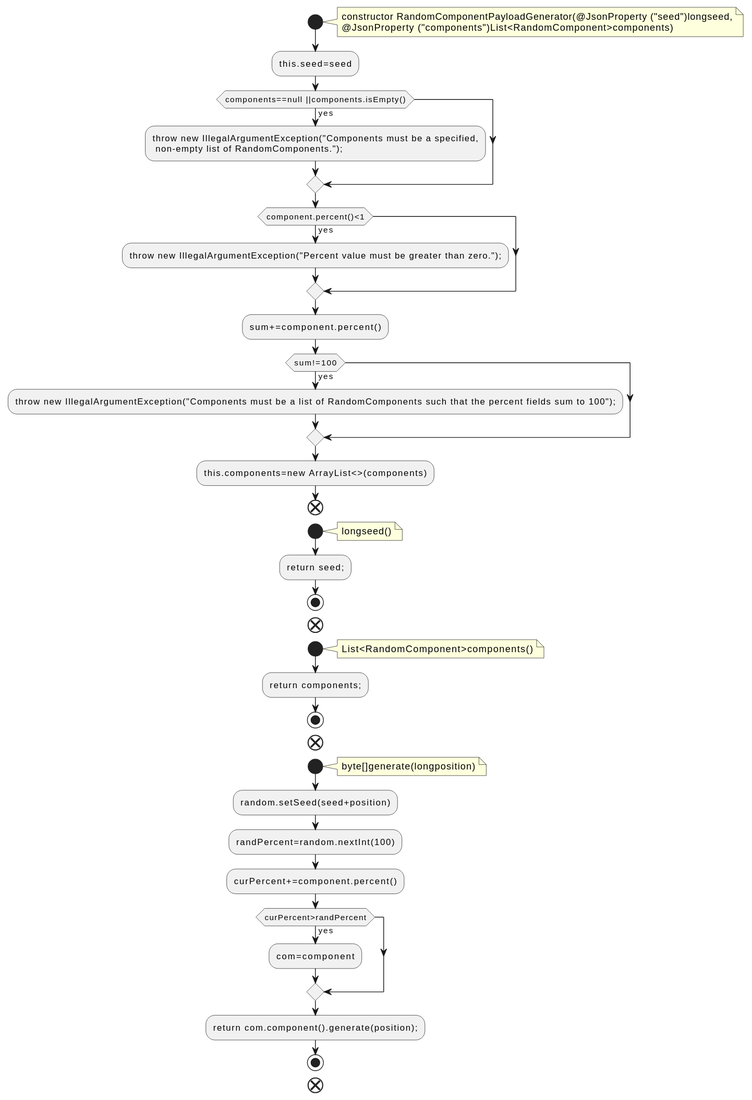
qualitesys/kafka keeps this PlantUML diagram as docs/qc/trogdor/src/main/java/org/apache/kafka/trogdor/workload/RandomComponentPayloadGenerator.java.fct.svg. Above is the earlier version.
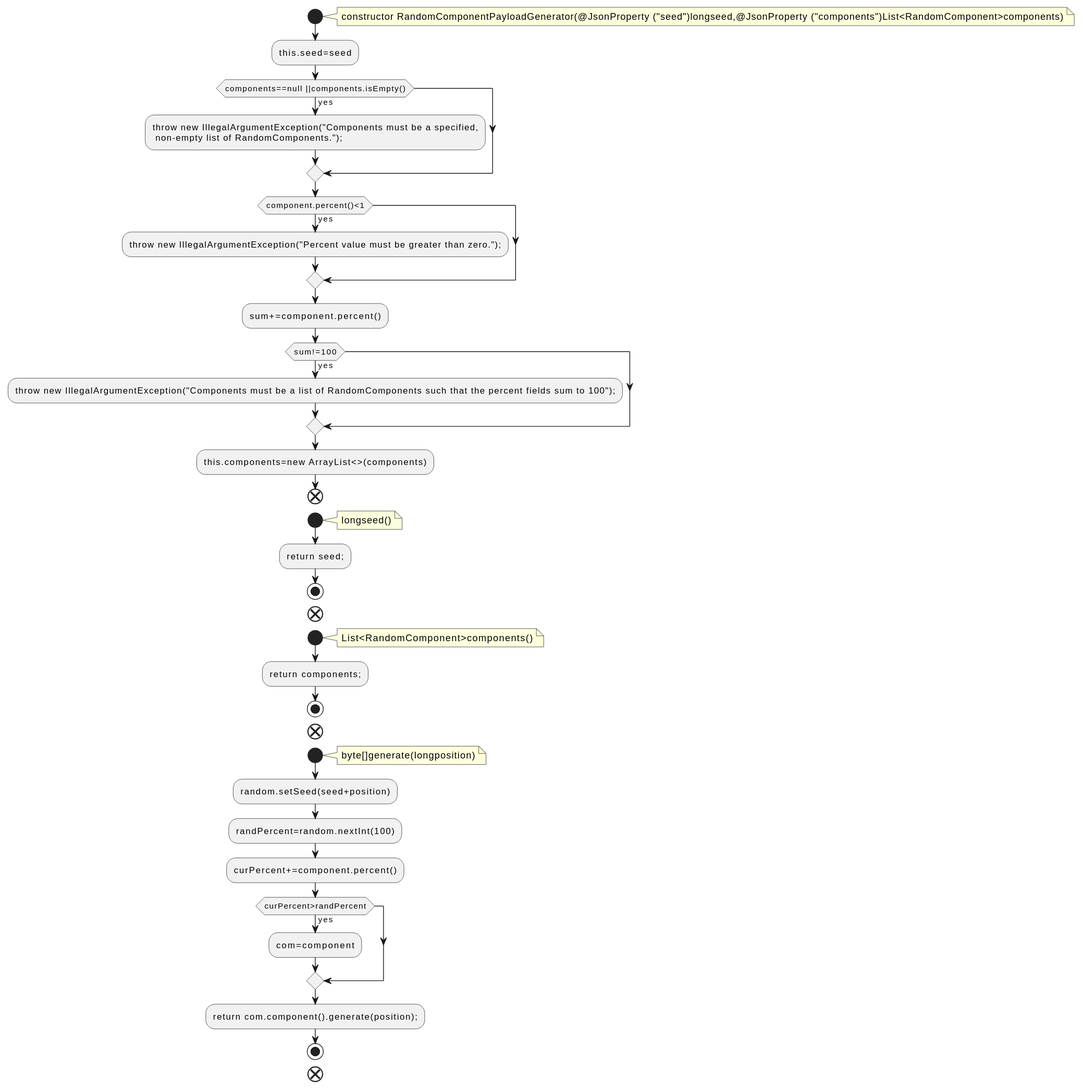
Later version of the same file.

Change to the diagram source:
```diff
@@ -2,8 +2,7 @@
 !pragma layout smetana
 start
 note right
-constructor RandomComponentPayloadGenerator(@JsonProperty ("seed")longseed,
-@JsonProperty ("components")List<RandomComponent>components)
+constructor RandomComponentPayloadGenerator(@JsonProperty ("seed")longseed,@JsonProperty ("components")List<RandomComponent>components)
 end note
 :this.seed=seed;
 if (components==null ||components.isEmpty()) then (yes)
```
